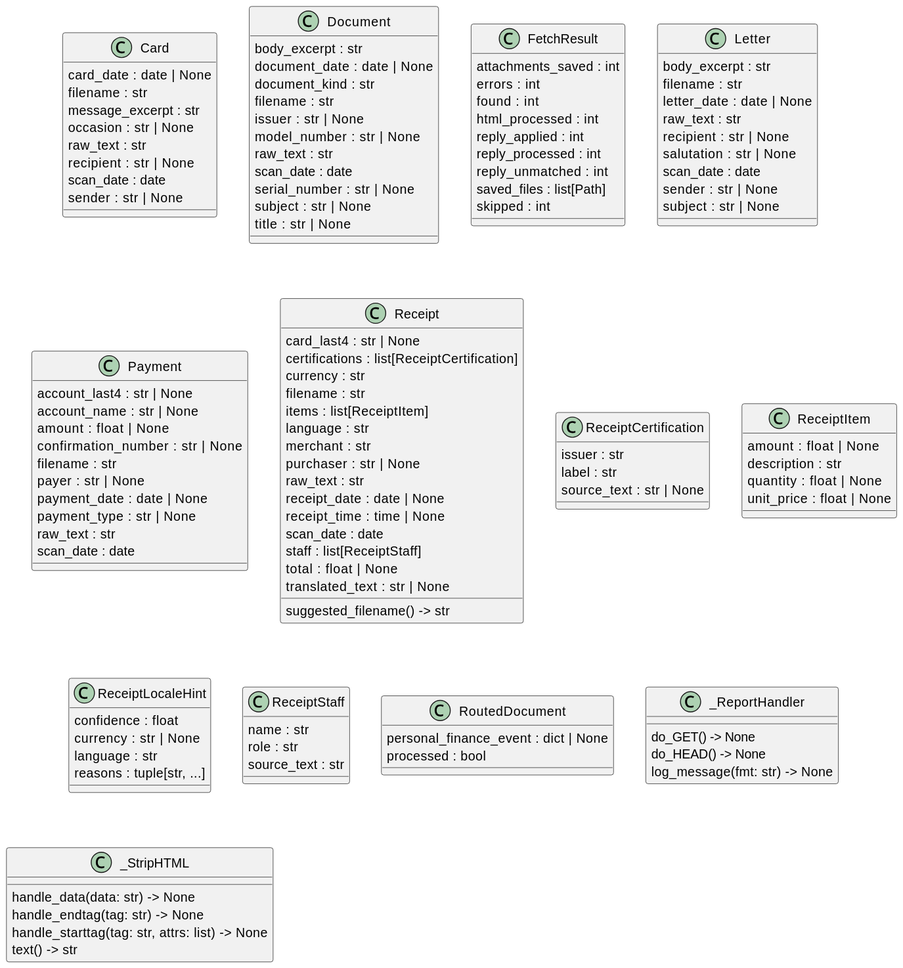
casonk/intake keeps this PlantUML diagram as docs/diagrams/python-classes.puml.svg. Above is the earlier version. Source of this version:
```plantuml
@startuml
set namespaceSeparator none
class "Card" as intake.parse_card.Card {
  card_date : date | None
  filename : str
  message_excerpt : str
  occasion : str | None
  raw_text : str
  recipient : str | None
  scan_date : date
  sender : str | None
}
class "Document" as intake.parse_document.Document {
  body_excerpt : str
  document_date : date | None
  document_kind : str
  filename : str
  issuer : str | None
  model_number : str | None
  raw_text : str
  scan_date : date
  serial_number : str | None
  subject : str | None
  title : str | None
}
class "FetchResult" as intake.email.FetchResult {
  attachments_saved : int
  errors : int
  found : int
  html_processed : int
  reply_applied : int
  reply_processed : int
  reply_unmatched : int
  saved_files : list[Path]
  skipped : int
}
class "Letter" as intake.parse_letter.Letter {
  body_excerpt : str
  filename : str
  letter_date : date | None
  raw_text : str
  recipient : str | None
  salutation : str | None
  scan_date : date
  sender : str | None
  subject : str | None
}
class "Payment" as intake.parse_payment.Payment {
  account_last4 : str | None
  account_name : str | None
  amount : float | None
  confirmation_number : str | None
  filename : str
  payer : str | None
  payment_date : date | None
  payment_type : str | None
  raw_text : str
  scan_date : date
}
class "Receipt" as intake.parse.Receipt {
  card_last4 : str | None
  certifications : list[ReceiptCertification]
  currency : str
  filename : str
  items : list[ReceiptItem]
  language : str
  merchant : str
  purchaser : str | None
  raw_text : str
  receipt_date : date | None
  receipt_time : time | None
  scan_date : date
  staff : list[ReceiptStaff]
  total : float | None
  translated_text : str | None
  suggested_filename() -> str
}
class "ReceiptCertification" as intake.certification.ReceiptCertification {
  issuer : str
  label : str
  source_text : str | None
}
class "ReceiptItem" as intake.parse.ReceiptItem {
  amount : float | None
  description : str
  quantity : float | None
  unit_price : float | None
}
class "ReceiptLocaleHint" as intake.language.ReceiptLocaleHint {
  confidence : float
  currency : str | None
  language : str
  reasons : tuple[str, ...]
}
class "ReceiptStaff" as intake.staff.ReceiptStaff {
  name : str
  role : str
  source_text : str
}
class "RoutedDocument" as intake.document_routing.RoutedDocument {
  personal_finance_event : dict | None
  processed : bool
}
class "_ReportHandler" as intake.web._ReportHandler {
  do_GET() -> None
  do_HEAD() -> None
  log_message(fmt: str) -> None
}
class "_StripHTML" as intake.email_text._StripHTML {
  handle_data(data: str) -> None
  handle_endtag(tag: str) -> None
  handle_starttag(tag: str, attrs: list) -> None
  text() -> str
}
@enduml
```
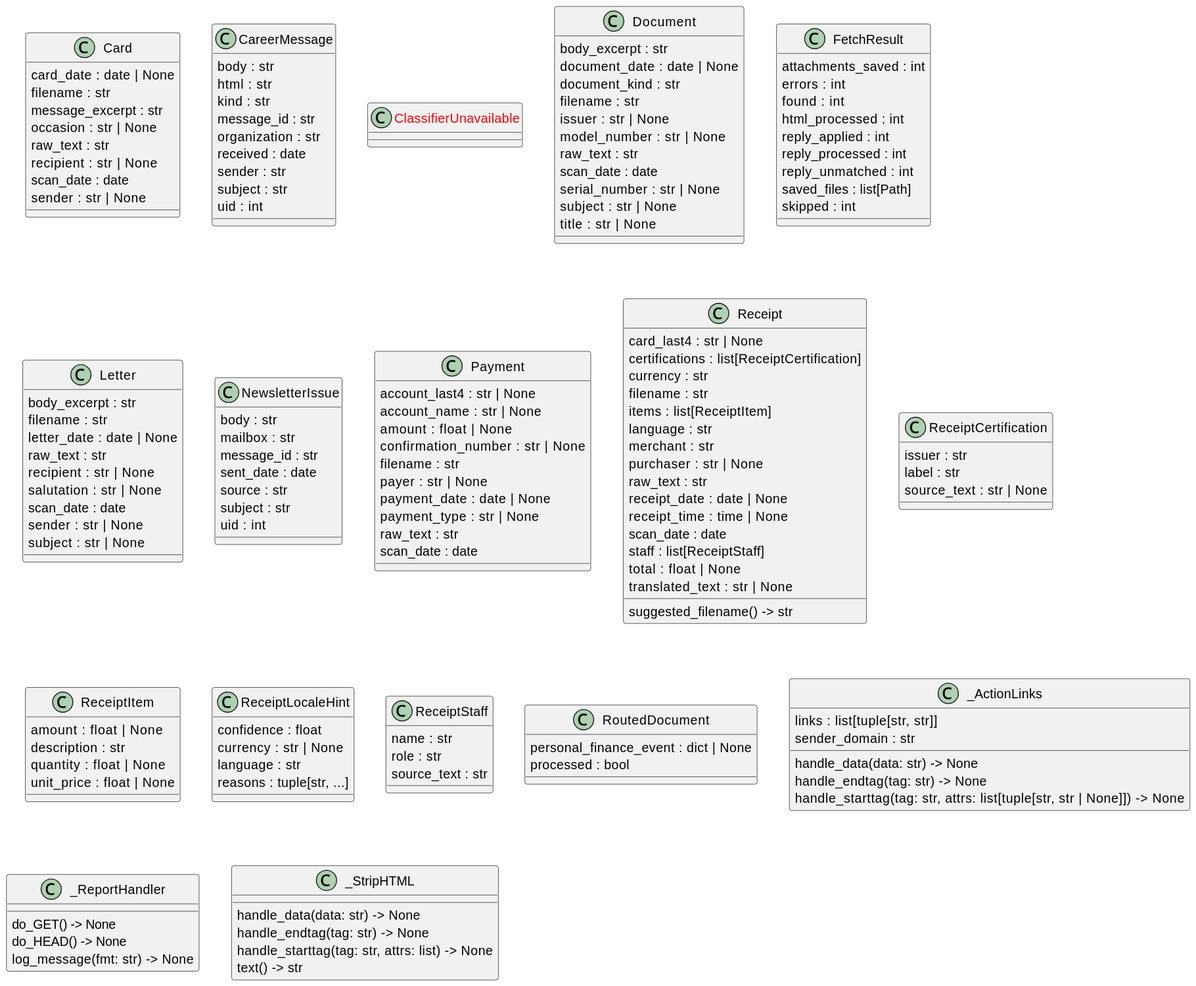
After the commit.

Change to the diagram source:
```diff
@@ -9,6 +9,19 @@
   recipient : str | None
   scan_date : date
   sender : str | None
+}
+class "CareerMessage" as intake.career_email.CareerMessage {
+  body : str
+  html : str
+  kind : str
+  message_id : str
+  organization : str
+  received : date
+  sender : str
+  subject : str
+  uid : int
+}
+class "<color:red>ClassifierUnavailable</color>" as intake.email_local_classifier.ClassifierUnavailable {
 }
 class "Document" as intake.parse_document.Document {
   body_excerpt : str
@@ -44,6 +57,15 @@
   scan_date : date
   sender : str | None
   subject : str | None
+}
+class "NewsletterIssue" as intake.newsletter.NewsletterIssue {
+  body : str
+  mailbox : str
+  message_id : str
+  sent_date : date
+  source : str
+  subject : str
+  uid : int
 }
 class "Payment" as intake.parse_payment.Payment {
   account_last4 : str | None
@@ -101,6 +123,13 @@
   personal_finance_event : dict | None
   processed : bool
 }
+class "_ActionLinks" as intake.career_email._ActionLinks {
+  links : list[tuple[str, str]]
+  sender_domain : str
+  handle_data(data: str) -> None
+  handle_endtag(tag: str) -> None
+  handle_starttag(tag: str, attrs: list[tuple[str, str | None]]) -> None
+}
 class "_ReportHandler" as intake.web._ReportHandler {
   do_GET() -> None
   do_HEAD() -> None
```
